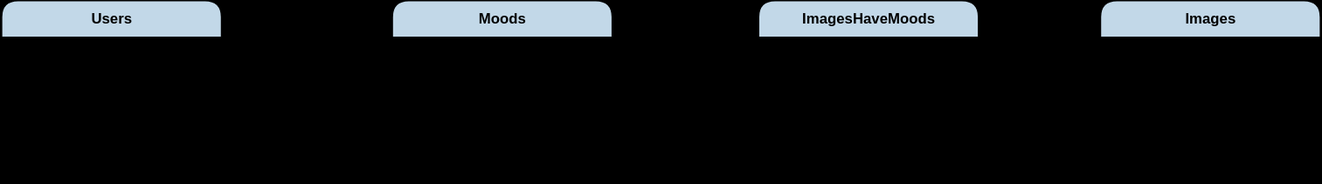
Earlier version of the draw.io export server/pic_reels.drawio.svg (BayuPrasetyaUtomo/IP-HCK67-PicReels). Source tidied: cells renumbered, new cells last; positions are measured from the earlier drawing's top-left corner, leaving out a move shared by most shapes.
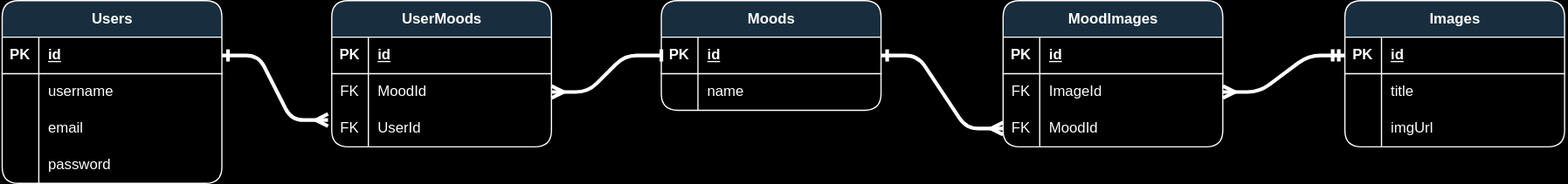
Later version of the same file.

Diff of the diagram source:
```diff
@@ -3,7 +3,7 @@
     <mxCell id="0" />
     <mxCell id="1" parent="0" />
     <mxCell id="2" value="Users" style="shape=table;startSize=30;rowLines=0;fontStyle=1;align=center;html=1;strokeColor=#FFFFFF;fontColor=#FFFFFF;fillColor=#182E3E;rounded=1;labelBackgroundColor=none;" parent="1" vertex="1">
-      <mxGeometry width="180" height="150" as="geometry" />
+      <mxGeometry x="-200" width="180" height="150" as="geometry" />
     </mxCell>
     <mxCell id="3" style="shape=tableRow;horizontal=0;startSize=0;swimlaneHead=0;swimlaneBody=0;fillColor=none;points=[[0,0.5],[1,0.5]];portConstraint=eastwest;top=0;left=0;right=0;bottom=1;strokeColor=#FFFFFF;fontColor=#FFFFFF;rounded=1;labelBackgroundColor=none;" parent="2" vertex="1">
       <mxGeometry y="30" width="180" height="30" as="geometry" />
@@ -72,7 +72,7 @@
       <mxGeometry x="30" width="150" height="30" as="geometry" />
     </mxCell>
     <mxCell id="25" value="Moods" style="shape=table;startSize=30;rowLines=0;fontStyle=1;align=center;html=1;strokeColor=#FFFFFF;fontColor=#FFFFFF;fillColor=#182E3E;rounded=1;labelBackgroundColor=none;swimlaneFillColor=none;" parent="1" vertex="1">
-      <mxGeometry x="320" width="180" height="120" as="geometry" />
+      <mxGeometry x="340" width="180" height="90" as="geometry" />
     </mxCell>
     <mxCell id="26" style="shape=tableRow;horizontal=0;startSize=0;swimlaneHead=0;swimlaneBody=0;fillColor=none;points=[[0,0.5],[1,0.5]];portConstraint=eastwest;top=0;left=0;right=0;bottom=1;strokeColor=#FFFFFF;fontColor=#FFFFFF;rounded=1;labelBackgroundColor=none;" parent="25" vertex="1">
       <mxGeometry y="30" width="180" height="30" as="geometry" />
@@ -92,16 +92,7 @@
     <mxCell id="31" value="name" style="shape=partialRectangle;fillColor=none;top=0;left=0;bottom=0;right=0;align=left;spacingLeft=6;overflow=hidden;whiteSpace=wrap;html=1;strokeColor=#FFFFFF;fontColor=#FFFFFF;rounded=1;labelBackgroundColor=none;" parent="29" vertex="1">
       <mxGeometry x="30" width="150" height="30" as="geometry" />
     </mxCell>
-    <mxCell id="32" style="shape=tableRow;horizontal=0;startSize=0;swimlaneHead=0;swimlaneBody=0;fillColor=none;points=[[0,0.5],[1,0.5]];portConstraint=eastwest;top=0;left=0;right=0;bottom=0;strokeColor=#FFFFFF;fontColor=#FFFFFF;rounded=1;labelBackgroundColor=none;" parent="25" vertex="1">
-      <mxGeometry y="90" width="180" height="30" as="geometry" />
-    </mxCell>
-    <mxCell id="33" style="shape=partialRectangle;fillColor=none;top=0;left=0;bottom=0;right=0;overflow=hidden;whiteSpace=wrap;html=1;strokeColor=#FFFFFF;fontColor=#FFFFFF;rounded=1;labelBackgroundColor=none;" parent="32" vertex="1">
-      <mxGeometry width="30" height="30" as="geometry" />
-    </mxCell>
-    <mxCell id="34" value="UserId" style="shape=partialRectangle;fillColor=none;top=0;left=0;bottom=0;right=0;align=left;spacingLeft=6;overflow=hidden;whiteSpace=wrap;html=1;strokeColor=#FFFFFF;fontColor=#FFFFFF;rounded=1;labelBackgroundColor=none;" parent="32" vertex="1">
-      <mxGeometry x="30" width="150" height="30" as="geometry" />
-    </mxCell>
-    <mxCell id="35" value="ImagesHaveMoods" style="shape=table;startSize=30;rowLines=0;fontStyle=1;align=center;html=1;strokeColor=#FFFFFF;fontColor=#FFFFFF;fillColor=#182E3E;rounded=1;labelBackgroundColor=none;" parent="1" vertex="1">
+    <mxCell id="35" value="MoodImages" style="shape=table;startSize=30;rowLines=0;fontStyle=1;align=center;html=1;strokeColor=#FFFFFF;fontColor=#FFFFFF;fillColor=#182E3E;rounded=1;labelBackgroundColor=none;" parent="1" vertex="1">
       <mxGeometry x="620" width="180" height="120" as="geometry" />
     </mxCell>
     <mxCell id="36" style="shape=tableRow;horizontal=0;startSize=0;swimlaneHead=0;swimlaneBody=0;fillColor=none;top=0;left=0;right=0;bottom=1;strokeColor=#FFFFFF;fontColor=#FFFFFF;rounded=1;labelBackgroundColor=none;" parent="35" vertex="1">
@@ -116,7 +107,7 @@
     <mxCell id="39" style="shape=tableRow;horizontal=0;startSize=0;swimlaneHead=0;swimlaneBody=0;fillColor=none;points=[[0,0.5],[1,0.5]];portConstraint=eastwest;top=0;left=0;right=0;bottom=0;strokeColor=#FFFFFF;fontColor=#FFFFFF;rounded=1;labelBackgroundColor=none;" parent="35" vertex="1">
       <mxGeometry y="60" width="180" height="30" as="geometry" />
     </mxCell>
-    <mxCell id="40" style="shape=partialRectangle;fillColor=none;top=0;left=0;bottom=0;right=0;overflow=hidden;whiteSpace=wrap;html=1;strokeColor=#FFFFFF;fontColor=#FFFFFF;rounded=1;labelBackgroundColor=none;" parent="39" vertex="1">
+    <mxCell id="40" value="FK" style="shape=partialRectangle;fillColor=none;top=0;left=0;bottom=0;right=0;overflow=hidden;whiteSpace=wrap;html=1;strokeColor=#FFFFFF;fontColor=#FFFFFF;rounded=1;labelBackgroundColor=none;" parent="39" vertex="1">
       <mxGeometry width="30" height="30" as="geometry" />
     </mxCell>
     <mxCell id="41" value="ImageId" style="shape=partialRectangle;fillColor=none;top=0;left=0;bottom=0;right=0;align=left;spacingLeft=6;overflow=hidden;whiteSpace=wrap;html=1;strokeColor=#FFFFFF;fontColor=#FFFFFF;rounded=1;labelBackgroundColor=none;" parent="39" vertex="1">
@@ -125,7 +116,7 @@
     <mxCell id="42" style="shape=tableRow;horizontal=0;startSize=0;swimlaneHead=0;swimlaneBody=0;fillColor=none;points=[[0,0.5],[1,0.5]];portConstraint=eastwest;top=0;left=0;right=0;bottom=0;strokeColor=#FFFFFF;fontColor=#FFFFFF;rounded=1;labelBackgroundColor=none;" parent="35" vertex="1">
       <mxGeometry y="90" width="180" height="30" as="geometry" />
     </mxCell>
-    <mxCell id="43" style="shape=partialRectangle;fillColor=none;top=0;left=0;bottom=0;right=0;overflow=hidden;whiteSpace=wrap;html=1;strokeColor=#FFFFFF;fontColor=#FFFFFF;rounded=1;labelBackgroundColor=none;" parent="42" vertex="1">
+    <mxCell id="43" value="FK" style="shape=partialRectangle;fillColor=none;top=0;left=0;bottom=0;right=0;overflow=hidden;whiteSpace=wrap;html=1;strokeColor=#FFFFFF;fontColor=#FFFFFF;rounded=1;labelBackgroundColor=none;" parent="42" vertex="1">
       <mxGeometry width="30" height="30" as="geometry" />
     </mxCell>
     <mxCell id="44" value="MoodId" style="shape=partialRectangle;fillColor=none;top=0;left=0;bottom=0;right=0;align=left;spacingLeft=6;overflow=hidden;whiteSpace=wrap;html=1;strokeColor=#FFFFFF;fontColor=#FFFFFF;rounded=1;labelBackgroundColor=none;" parent="42" vertex="1">
@@ -137,8 +128,41 @@
     <mxCell id="46" style="edgeStyle=entityRelationEdgeStyle;jettySize=auto;html=1;entryX=1;entryY=0.5;entryDx=0;entryDy=0;strokeColor=#FFFFFF;exitX=0;exitY=0.5;exitDx=0;exitDy=0;strokeWidth=3;startArrow=ERmany;startFill=0;endArrow=ERone;endFill=0;" parent="1" edge="1" source="42" target="26">
       <mxGeometry relative="1" as="geometry" />
     </mxCell>
-    <mxCell id="47" style="edgeStyle=entityRelationEdgeStyle;jettySize=auto;html=1;entryX=0;entryY=0.5;entryDx=0;entryDy=0;strokeColor=#FFFFFF;strokeWidth=3;startArrow=ERone;startFill=0;endArrow=ERmany;endFill=0;" parent="1" edge="1" source="3" target="32">
+    <mxCell id="47" style="edgeStyle=entityRelationEdgeStyle;jettySize=auto;html=1;entryX=-0.017;entryY=0.267;entryDx=0;entryDy=0;strokeColor=#FFFFFF;strokeWidth=3;startArrow=ERone;startFill=0;endArrow=ERmany;endFill=0;entryPerimeter=0;" parent="1" edge="1" source="3" target="32">
       <mxGeometry relative="1" as="geometry" />
     </mxCell>
+    <mxCell id="48" value="UserMoods" style="shape=table;startSize=30;rowLines=0;fontStyle=1;align=center;html=1;strokeColor=#FFFFFF;fontColor=#FFFFFF;fillColor=#182E3E;rounded=1;labelBackgroundColor=none;swimlaneFillColor=none;" parent="1" vertex="1">
+      <mxGeometry x="70" width="180" height="120" as="geometry" />
+    </mxCell>
+    <mxCell id="49" style="shape=tableRow;horizontal=0;startSize=0;swimlaneHead=0;swimlaneBody=0;fillColor=none;top=0;left=0;right=0;bottom=1;strokeColor=#FFFFFF;fontColor=#FFFFFF;rounded=1;labelBackgroundColor=none;" parent="48" vertex="1">
+      <mxGeometry y="30" width="180" height="30" as="geometry" />
+    </mxCell>
+    <mxCell id="50" value="PK" style="shape=partialRectangle;fillColor=none;top=0;left=0;bottom=0;right=0;fontStyle=1;overflow=hidden;whiteSpace=wrap;html=1;strokeColor=#FFFFFF;fontColor=#FFFFFF;rounded=1;labelBackgroundColor=none;" parent="49" vertex="1">
+      <mxGeometry width="30" height="30" as="geometry" />
+    </mxCell>
+    <mxCell id="51" value="id" style="shape=partialRectangle;fillColor=none;top=0;left=0;bottom=0;right=0;align=left;spacingLeft=6;fontStyle=5;overflow=hidden;whiteSpace=wrap;html=1;strokeColor=#FFFFFF;fontColor=#FFFFFF;rounded=1;labelBackgroundColor=none;" parent="49" vertex="1">
+      <mxGeometry x="30" width="150" height="30" as="geometry" />
+    </mxCell>
+    <mxCell id="52" style="shape=tableRow;horizontal=0;startSize=0;swimlaneHead=0;swimlaneBody=0;fillColor=none;points=[[0,0.5],[1,0.5]];portConstraint=eastwest;top=0;left=0;right=0;bottom=0;strokeColor=#FFFFFF;fontColor=#FFFFFF;rounded=1;labelBackgroundColor=none;" parent="48" vertex="1">
+      <mxGeometry y="60" width="180" height="30" as="geometry" />
+    </mxCell>
+    <mxCell id="53" value="FK" style="shape=partialRectangle;fillColor=none;top=0;left=0;bottom=0;right=0;overflow=hidden;whiteSpace=wrap;html=1;strokeColor=#FFFFFF;fontColor=#FFFFFF;rounded=1;labelBackgroundColor=none;" parent="52" vertex="1">
+      <mxGeometry width="30" height="30" as="geometry" />
+    </mxCell>
+    <mxCell id="54" value="MoodId" style="shape=partialRectangle;fillColor=none;top=0;left=0;bottom=0;right=0;align=left;spacingLeft=6;overflow=hidden;whiteSpace=wrap;html=1;strokeColor=#FFFFFF;fontColor=#FFFFFF;rounded=1;labelBackgroundColor=none;" parent="52" vertex="1">
+      <mxGeometry x="30" width="150" height="30" as="geometry" />
+    </mxCell>
+    <mxCell id="32" style="shape=tableRow;horizontal=0;startSize=0;swimlaneHead=0;swimlaneBody=0;fillColor=none;points=[[0,0.5],[1,0.5]];portConstraint=eastwest;top=0;left=0;right=0;bottom=0;strokeColor=#FFFFFF;fontColor=#FFFFFF;rounded=1;labelBackgroundColor=none;" parent="48" vertex="1">
+      <mxGeometry y="90" width="180" height="30" as="geometry" />
+    </mxCell>
+    <mxCell id="55" value="FK" style="shape=partialRectangle;fillColor=none;top=0;left=0;bottom=0;right=0;overflow=hidden;whiteSpace=wrap;html=1;strokeColor=#FFFFFF;fontColor=#FFFFFF;rounded=1;labelBackgroundColor=none;" parent="32" vertex="1">
+      <mxGeometry width="30" height="30" as="geometry" />
+    </mxCell>
+    <mxCell id="34" value="UserId" style="shape=partialRectangle;fillColor=none;top=0;left=0;bottom=0;right=0;align=left;spacingLeft=6;overflow=hidden;whiteSpace=wrap;html=1;strokeColor=#FFFFFF;fontColor=#FFFFFF;rounded=1;labelBackgroundColor=none;" parent="32" vertex="1">
+      <mxGeometry x="30" width="150" height="30" as="geometry" />
+    </mxCell>
+    <mxCell id="56" style="edgeStyle=entityRelationEdgeStyle;html=1;exitX=0;exitY=0.5;exitDx=0;exitDy=0;entryX=1;entryY=0.5;entryDx=0;entryDy=0;strokeWidth=3;startArrow=baseDash;startFill=0;endArrow=ERmany;endFill=0;strokeColor=#FFFFFF;" parent="1" edge="1" source="26" target="52">
+      <mxGeometry relative="1" as="geometry" />
+    </mxCell>
   </root>
 </mxGraphModel>
```
